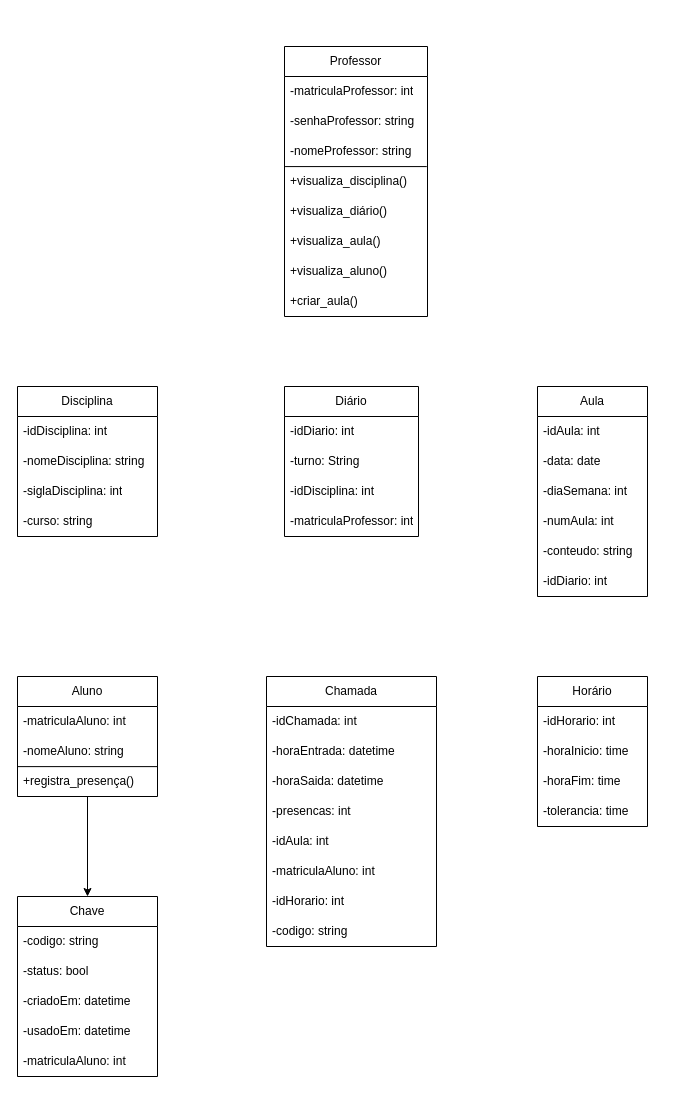
Earlier version of the draw.io diagram Documents/models.drawio (Jordanjuliobr23/Automated-Call-System). Source tidied: cells renumbered, new cells numbered last; positions are measured from the earlier drawing's top-left corner, leaving out a move shared by most shapes. Both pictures are drawn from the tidied source at 100%, with x=0, y=0 at pixel (17, 46).
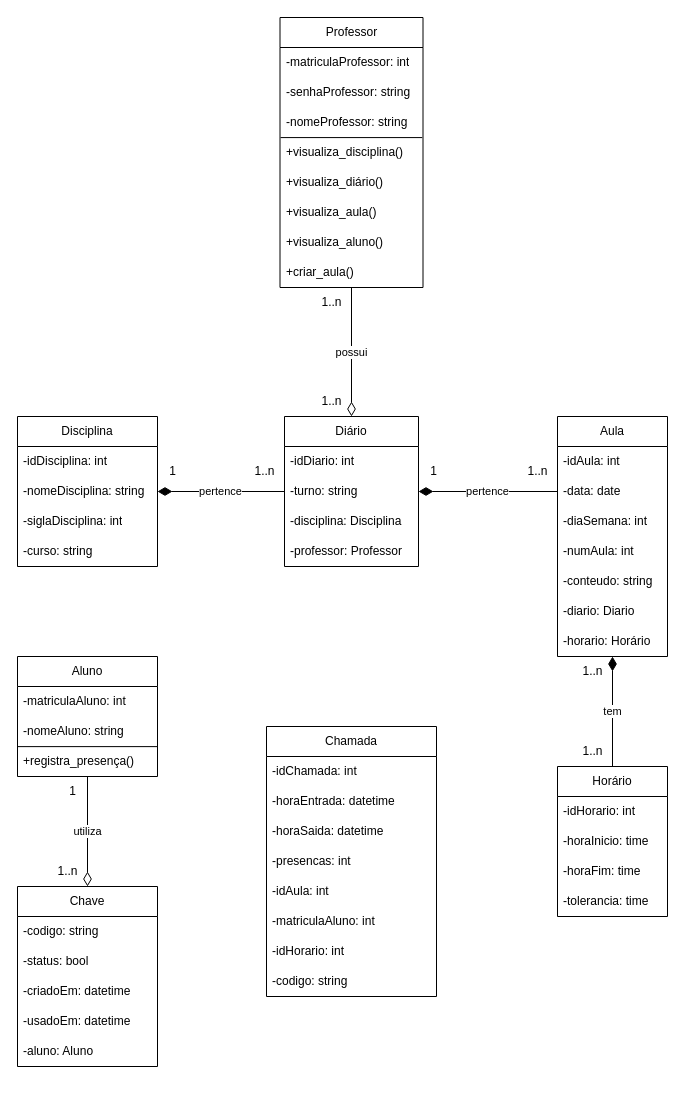
The same page after the edit.

Unchanged cells that the change refers to:
```xml
<mxCell id="10" value="-nomeDisciplina: string" style="text;strokeColor=none;fillColor=none;align=left;verticalAlign=middle;spacingLeft=4;spacingRight=4;overflow=hidden;points=[[0,0.5],[1,0.5]];portConstraint=eastwest;whiteSpace=wrap;html=1;" parent="8" vertex="1">
  <mxGeometry y="60" width="140" height="30" as="geometry" />
</mxCell>
<mxCell id="25" value="-data: date" style="text;strokeColor=none;fillColor=none;align=left;verticalAlign=middle;spacingLeft=4;spacingRight=4;overflow=hidden;points=[[0,0.5],[1,0.5]];portConstraint=eastwest;whiteSpace=wrap;html=1;" parent="23" vertex="1">
  <mxGeometry y="60" width="110" height="30" as="geometry" />
</mxCell>
```

Diff of the diagram source:
```diff
@@
-    <mxCell id="2" style="edgeStyle=none;html=1;entryX=0.5;entryY=0;entryDx=0;entryDy=0;" parent="1" edge="1" source="3" target="49">
+    <mxCell id="2" value="utiliza" style="edgeStyle=none;html=1;entryX=0.5;entryY=0;entryDx=0;entryDy=0;endArrow=diamondThin;endFill=0;endSize=12;" parent="1" edge="1" source="3" target="49">
       <mxGeometry relative="1" as="geometry" />
     </mxCell>
     <mxCell id="3" value="Aluno" style="swimlane;fontStyle=0;horizontal=1;startSize=30;whiteSpace=wrap;html=1;" parent="1" vertex="1">
-      <mxGeometry y="630" width="140" height="120" as="geometry" />
+      <mxGeometry y="610" width="140" height="120" as="geometry" />
     </mxCell>
@@
     <mxCell id="8" value="Disciplina" style="swimlane;fontStyle=0;horizontal=1;startSize=30;whiteSpace=wrap;html=1;" parent="1" vertex="1">
-      <mxGeometry y="340" width="140" height="150" as="geometry" />
+      <mxGeometry y="370" width="140" height="150" as="geometry" />
     </mxCell>
@@
+    <mxCell id="55" value="possui" style="edgeStyle=none;html=1;entryX=0.5;entryY=0;entryDx=0;entryDy=0;endSize=12;endArrow=diamondThin;endFill=0;" parent="1" edge="1" source="13" target="39">
+      <mxGeometry relative="1" as="geometry" />
+    </mxCell>
     <mxCell id="13" value="Professor" style="swimlane;fontStyle=0;horizontal=1;startSize=30;whiteSpace=wrap;html=1;" parent="1" vertex="1">
-      <mxGeometry x="267" width="143" height="270" as="geometry" />
+      <mxGeometry x="262.5" y="-29" width="143" height="270" as="geometry" />
     </mxCell>
@@
+    <mxCell id="56" value="tem" style="edgeStyle=none;html=1;entryX=0.5;entryY=0;entryDx=0;entryDy=0;endArrow=none;endFill=0;startArrow=diamondThin;startFill=1;startSize=12;" parent="1" edge="1" source="23" target="44">
+      <mxGeometry relative="1" as="geometry" />
+    </mxCell>
     <mxCell id="23" value="Aula" style="swimlane;fontStyle=0;horizontal=1;startSize=30;whiteSpace=wrap;html=1;" parent="1" vertex="1">
-      <mxGeometry x="520" y="340" width="110" height="210" as="geometry" />
+      <mxGeometry x="540" y="370" width="110" height="240" as="geometry" />
     </mxCell>
@@
-    <mxCell id="29" value="-idDiario: int" style="text;strokeColor=none;fillColor=none;align=left;verticalAlign=middle;spacingLeft=4;spacingRight=4;overflow=hidden;whiteSpace=wrap;html=1;" parent="23" vertex="1">
+    <mxCell id="29" value="-diario: Diario" style="text;strokeColor=none;fillColor=none;align=left;verticalAlign=middle;spacingLeft=4;spacingRight=4;overflow=hidden;whiteSpace=wrap;html=1;" parent="23" vertex="1">
       <mxGeometry y="180" width="110" height="30" as="geometry" />
     </mxCell>
+    <mxCell id="57" value="-horario: Horário" style="text;strokeColor=none;fillColor=none;align=left;verticalAlign=middle;spacingLeft=4;spacingRight=4;overflow=hidden;whiteSpace=wrap;html=1;" parent="23" vertex="1">
+      <mxGeometry y="210" width="110" height="30" as="geometry" />
+    </mxCell>
     <mxCell id="30" value="Chamada" style="swimlane;fontStyle=0;horizontal=1;startSize=30;whiteSpace=wrap;html=1;" parent="1" vertex="1">
-      <mxGeometry x="249" y="630" width="170" height="270" as="geometry" />
+      <mxGeometry x="249" y="680" width="170" height="270" as="geometry" />
     </mxCell>
@@
     <mxCell id="39" value="Diário" style="swimlane;fontStyle=0;horizontal=1;startSize=30;whiteSpace=wrap;html=1;" parent="1" vertex="1">
-      <mxGeometry x="267" y="340" width="134" height="150" as="geometry" />
+      <mxGeometry x="267" y="370" width="134" height="150" as="geometry" />
     </mxCell>
@@
-    <mxCell id="41" value="-turno: String" style="text;strokeColor=none;fillColor=none;align=left;verticalAlign=middle;spacingLeft=4;spacingRight=4;overflow=hidden;points=[[0,0.5],[1,0.5]];portConstraint=eastwest;whiteSpace=wrap;html=1;" parent="39" vertex="1">
+    <mxCell id="41" value="-turno: string" style="text;strokeColor=none;fillColor=none;align=left;verticalAlign=middle;spacingLeft=4;spacingRight=4;overflow=hidden;points=[[0,0.5],[1,0.5]];portConstraint=eastwest;whiteSpace=wrap;html=1;" parent="39" vertex="1">
       <mxGeometry y="60" width="134" height="30" as="geometry" />
     </mxCell>
-    <mxCell id="42" value="-idDisciplina: int" style="text;strokeColor=none;fillColor=none;align=left;verticalAlign=middle;spacingLeft=4;spacingRight=4;overflow=hidden;whiteSpace=wrap;html=1;" parent="39" vertex="1">
+    <mxCell id="42" value="-disciplina:&amp;nbsp;&lt;span style=&quot;color: rgb(0, 0, 0);&quot;&gt;Disciplina&lt;/span&gt;&amp;nbsp;" style="text;strokeColor=none;fillColor=none;align=left;verticalAlign=middle;spacingLeft=4;spacingRight=4;overflow=hidden;whiteSpace=wrap;html=1;" parent="39" vertex="1">
       <mxGeometry y="90" width="134" height="30" as="geometry" />
     </mxCell>
-    <mxCell id="43" value="-matriculaProfessor: int" style="text;strokeColor=none;fillColor=none;align=left;verticalAlign=middle;spacingLeft=4;spacingRight=4;overflow=hidden;whiteSpace=wrap;html=1;" parent="39" vertex="1">
+    <mxCell id="43" value="-p&lt;span style=&quot;color: rgb(0, 0, 0);&quot;&gt;rofessor:&amp;nbsp;&lt;/span&gt;Professor" style="text;strokeColor=none;fillColor=none;align=left;verticalAlign=middle;spacingLeft=4;spacingRight=4;overflow=hidden;whiteSpace=wrap;html=1;" parent="39" vertex="1">
       <mxGeometry y="120" width="134" height="30" as="geometry" />
     </mxCell>
     <mxCell id="44" value="Horário" style="swimlane;fontStyle=0;horizontal=1;startSize=30;whiteSpace=wrap;html=1;" parent="1" vertex="1">
-      <mxGeometry x="520" y="630" width="110" height="150" as="geometry" />
+      <mxGeometry x="540" y="720" width="110" height="150" as="geometry" />
     </mxCell>
@@
     <mxCell id="49" value="Chave" style="swimlane;fontStyle=0;horizontal=1;startSize=30;whiteSpace=wrap;html=1;" parent="1" vertex="1">
-      <mxGeometry y="850" width="140" height="180" as="geometry" />
+      <mxGeometry y="840" width="140" height="180" as="geometry" />
     </mxCell>
@@
-    <mxCell id="54" value="-matriculaAluno: int" style="text;strokeColor=none;fillColor=none;align=left;verticalAlign=middle;spacingLeft=4;spacingRight=4;overflow=hidden;whiteSpace=wrap;html=1;" parent="49" vertex="1">
+    <mxCell id="54" value="-aluno: Aluno" style="text;strokeColor=none;fillColor=none;align=left;verticalAlign=middle;spacingLeft=4;spacingRight=4;overflow=hidden;whiteSpace=wrap;html=1;" parent="49" vertex="1">
       <mxGeometry y="150" width="140" height="30" as="geometry" />
     </mxCell>
+    <mxCell id="58" value="pertence" style="edgeStyle=none;html=1;exitX=0;exitY=0.5;exitDx=0;exitDy=0;entryX=1;entryY=0.5;entryDx=0;entryDy=0;endArrow=diamondThin;endFill=1;endSize=12;" parent="1" edge="1" source="41" target="10">
+      <mxGeometry relative="1" as="geometry" />
+    </mxCell>
+    <mxCell id="59" value="pertence" style="edgeStyle=none;html=1;exitX=0;exitY=0.5;exitDx=0;exitDy=0;entryX=1;entryY=0.5;entryDx=0;entryDy=0;endArrow=diamondThin;endFill=1;endSize=12;" parent="1" edge="1" source="25" target="41">
+      <mxGeometry relative="1" as="geometry" />
+    </mxCell>
+    <mxCell id="60" value="1..n" style="text;html=1;align=center;verticalAlign=middle;strokeColor=none;fillColor=none;" parent="1" vertex="1">
+      <mxGeometry x="500" y="410" width="40" height="30" as="geometry" />
+    </mxCell>
+    <mxCell id="61" value="1" style="text;html=1;align=center;verticalAlign=middle;strokeColor=none;fillColor=none;" parent="1" vertex="1">
+      <mxGeometry x="401" y="410" width="30" height="30" as="geometry" />
+    </mxCell>
+    <mxCell id="62" value="1..n" style="text;html=1;align=center;verticalAlign=middle;strokeColor=none;fillColor=none;" parent="1" vertex="1">
+      <mxGeometry x="227" y="410" width="40" height="30" as="geometry" />
+    </mxCell>
+    <mxCell id="63" value="1" style="text;html=1;align=center;verticalAlign=middle;strokeColor=none;fillColor=none;" parent="1" vertex="1">
+      <mxGeometry x="140" y="410" width="30" height="30" as="geometry" />
+    </mxCell>
+    <mxCell id="64" value="1..n" style="text;html=1;align=center;verticalAlign=middle;strokeColor=none;fillColor=none;" parent="1" vertex="1">
+      <mxGeometry x="294" y="241" width="40" height="30" as="geometry" />
+    </mxCell>
+    <mxCell id="65" value="1..n" style="text;html=1;align=center;verticalAlign=middle;strokeColor=none;fillColor=none;" parent="1" vertex="1">
+      <mxGeometry x="294" y="340" width="40" height="30" as="geometry" />
+    </mxCell>
+    <mxCell id="66" value="1" style="text;html=1;align=center;verticalAlign=middle;strokeColor=none;fillColor=none;" parent="1" vertex="1">
+      <mxGeometry x="40" y="730" width="30" height="30" as="geometry" />
+    </mxCell>
+    <mxCell id="67" value="1..n" style="text;html=1;align=center;verticalAlign=middle;strokeColor=none;fillColor=none;" parent="1" vertex="1">
+      <mxGeometry x="30" y="810" width="40" height="30" as="geometry" />
+    </mxCell>
+    <mxCell id="68" value="1..n" style="text;html=1;align=center;verticalAlign=middle;strokeColor=none;fillColor=none;" parent="1" vertex="1">
+      <mxGeometry x="555" y="690" width="40" height="30" as="geometry" />
+    </mxCell>
+    <mxCell id="69" value="1..n" style="text;html=1;align=center;verticalAlign=middle;strokeColor=none;fillColor=none;" parent="1" vertex="1">
+      <mxGeometry x="555" y="610" width="40" height="30" as="geometry" />
+    </mxCell>
```
